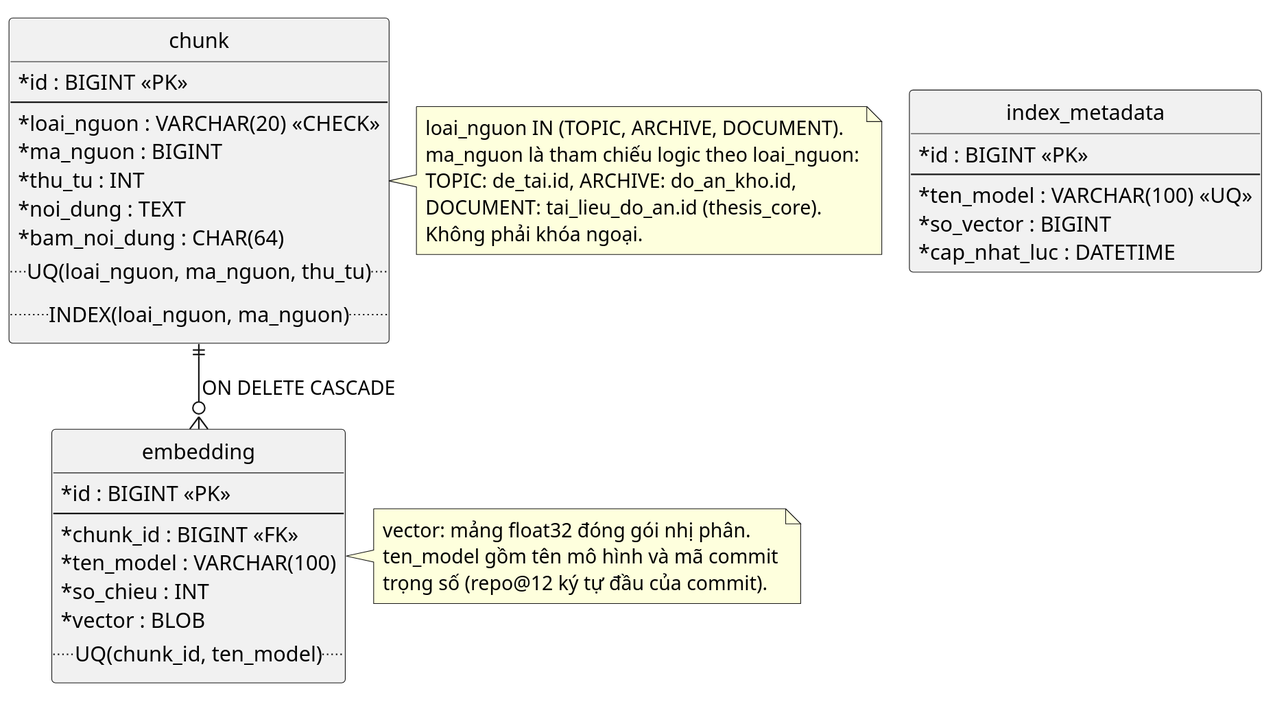
Above: docs/chuong-3-thiet-ke/csdl/erd-thesis-ai.svg in dtc235200036-alt/ICTU-DATN-NguyenThiMaiAnh (PlantUML), before the change.
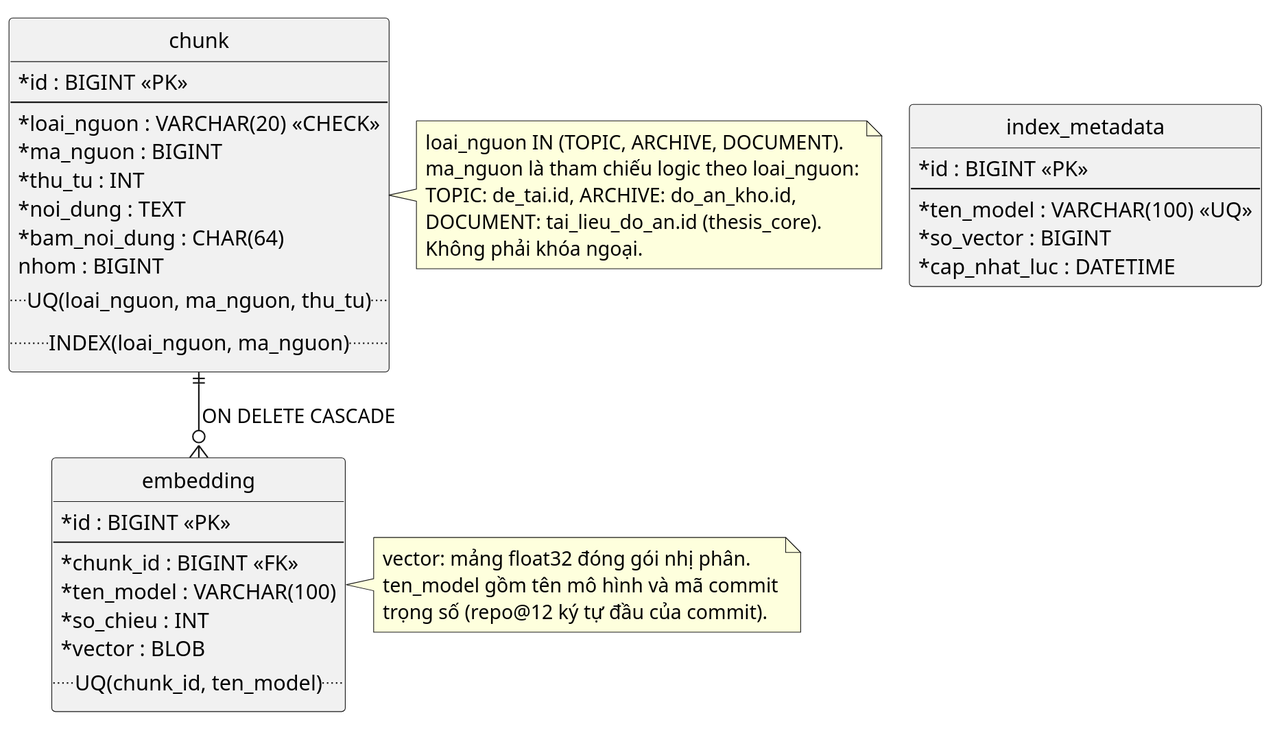
The same diagram one commit later.

Change to the diagram source:
```diff
@@ -17,6 +17,7 @@
   *thu_tu : INT
   *noi_dung : TEXT
   *bam_noi_dung : CHAR(64)
+  nhom : BIGINT
   ..UQ(loai_nguon, ma_nguon, thu_tu)..
   ..INDEX(loai_nguon, ma_nguon)..
 }
```
